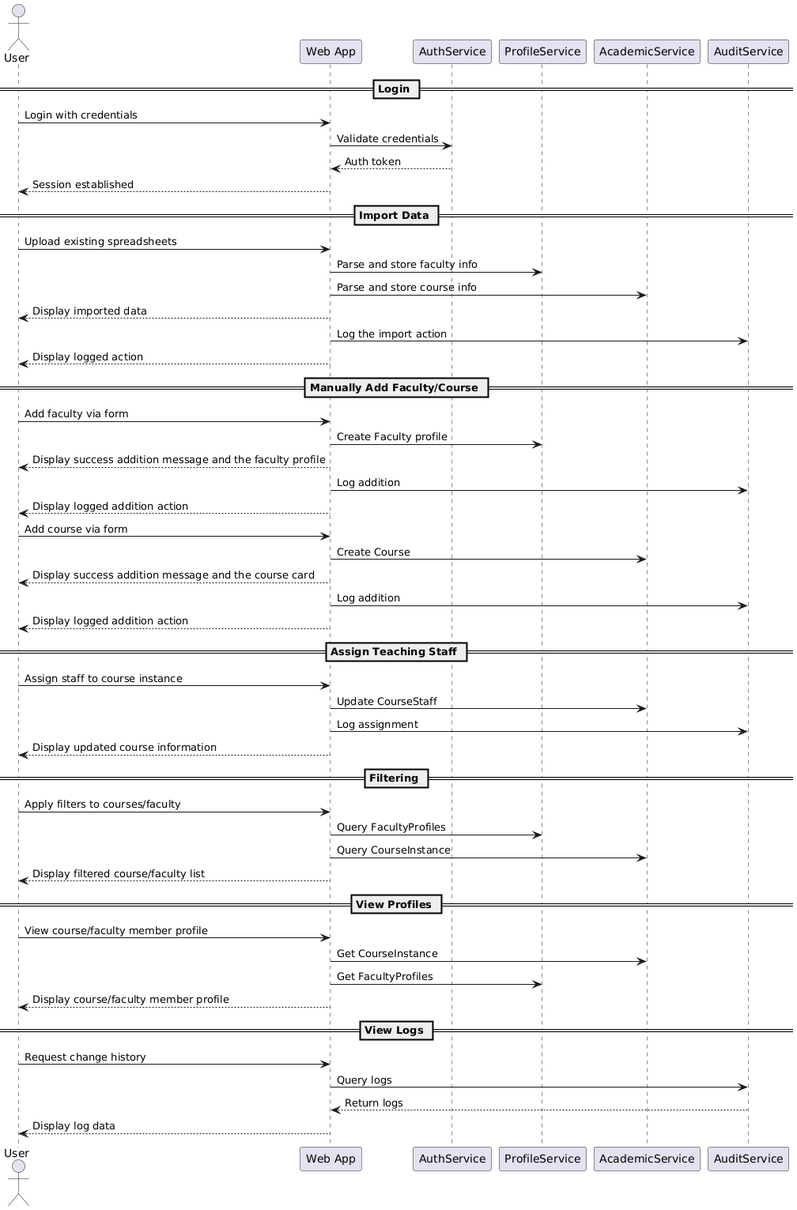
Above: docs/architecture/dynamic-view/DynamicView_SequenceDiagram.png in Meldy183/FacultyAllocationHelper (PlantUML), before the change. Its diagram source:
```plantuml
@startuml
actor User
participant "Web App" as System
participant "AuthService"
participant "ProfileService"
participant "AcademicService"
participant "AuditService"

== Login ==
User -> System : Login with credentials
System -> AuthService : Validate credentials
AuthService --> System : Auth token
System --> User : Session established

== Import Data ==
User -> System : Upload existing spreadsheets
System -> ProfileService : Parse and store faculty info
System -> AcademicService : Parse and store course info
System --> User : Display imported data
System -> AuditService : Log the import action
System --> User : Display logged action

== Manually Add Faculty/Course ==
User -> System : Add faculty via form
System -> ProfileService : Create Faculty profile
System --> User : Display success addition message and the faculty profile
System -> AuditService : Log addition
System --> User : Display logged addition action

User -> System : Add course via form
System -> AcademicService : Create Course
System --> User : Display success addition message and the course card
System -> AuditService : Log addition
System --> User : Display logged addition action

== Assign Teaching Staff ==
User -> System : Assign staff to course instance
System -> AcademicService : Update CourseStaff
System -> AuditService : Log assignment
System --> User : Display updated course information

== Filtering ==
User -> System : Apply filters to courses/faculty
System -> ProfileService : Query FacultyProfiles
System -> AcademicService : Query CourseInstance
System --> User : Display filtered course/faculty list

== View Profiles ==
User -> System : View course/faculty member profile
System -> AcademicService : Get CourseInstance
System -> ProfileService : Get FacultyProfiles
System --> User : Display course/faculty member profile

== View Logs ==
User -> System : Request change history
System -> AuditService : Query logs
AuditService --> System : Return logs
System --> User : Display log data
@enduml
```
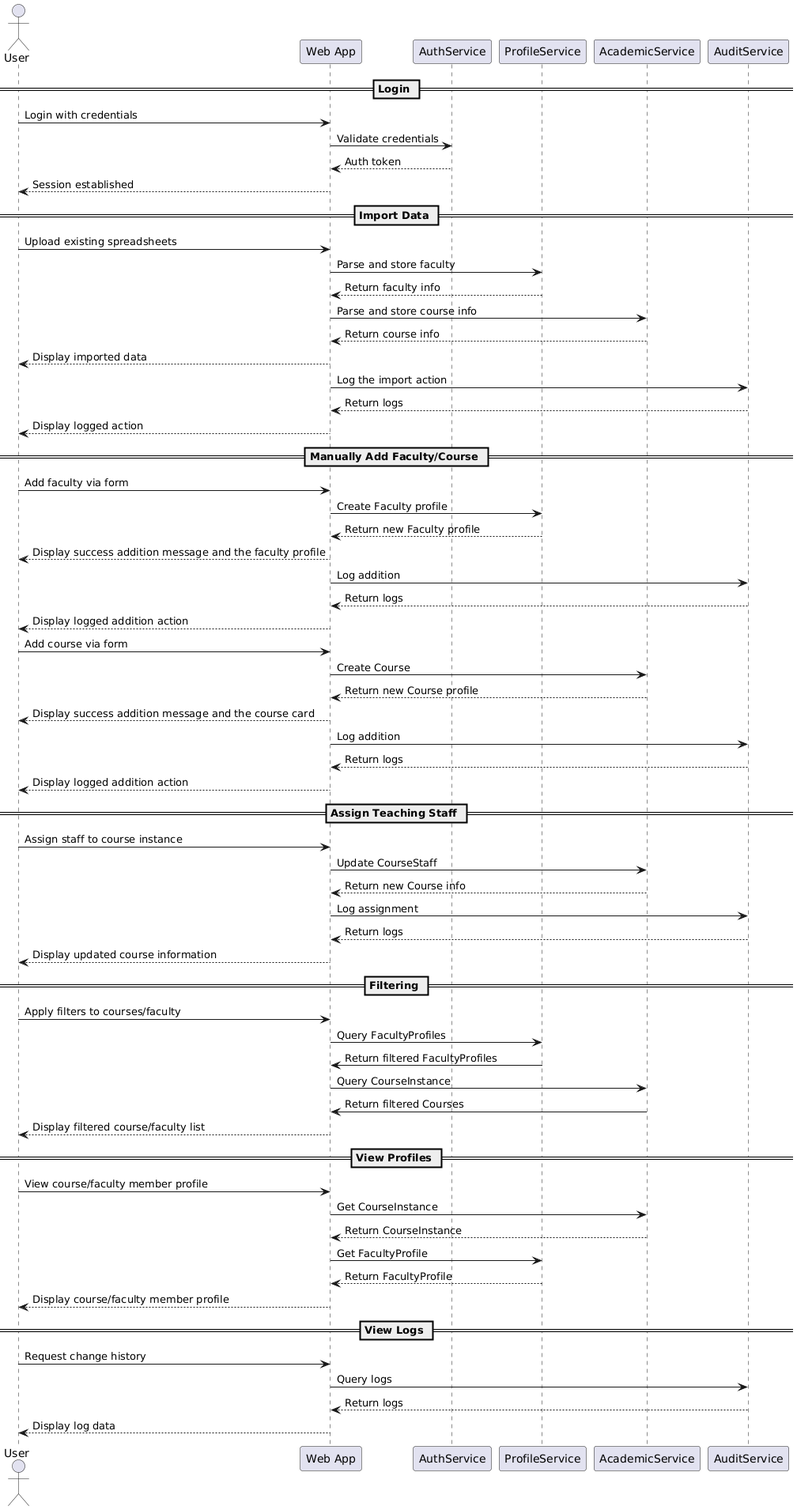
The same file after the commit.

What changed in the source:
```diff
@@ -14,41 +14,54 @@
 
 == Import Data ==
 User -> System : Upload existing spreadsheets
-System -> ProfileService : Parse and store faculty info
+System -> ProfileService : Parse and store faculty
+ProfileService --> System : Return faculty info
 System -> AcademicService : Parse and store course info
+AcademicService --> System : Return course info
 System --> User : Display imported data
 System -> AuditService : Log the import action
+AuditService --> System : Return logs
 System --> User : Display logged action
 
 == Manually Add Faculty/Course ==
 User -> System : Add faculty via form
 System -> ProfileService : Create Faculty profile
+ProfileService --> System : Return new Faculty profile
 System --> User : Display success addition message and the faculty profile
 System -> AuditService : Log addition
+AuditService --> System : Return logs
 System --> User : Display logged addition action
 
 User -> System : Add course via form
 System -> AcademicService : Create Course
+AcademicService --> System : Return new Course profile
 System --> User : Display success addition message and the course card
 System -> AuditService : Log addition
+AuditService --> System : Return logs
 System --> User : Display logged addition action
 
 == Assign Teaching Staff ==
 User -> System : Assign staff to course instance
 System -> AcademicService : Update CourseStaff
+AcademicService --> System : Return new Course info
 System -> AuditService : Log assignment
+AuditService --> System : Return logs
 System --> User : Display updated course information
 
 == Filtering ==
 User -> System : Apply filters to courses/faculty
 System -> ProfileService : Query FacultyProfiles
+ProfileService -> System : Return filtered FacultyProfiles
 System -> AcademicService : Query CourseInstance
+AcademicService -> System : Return filtered Courses
 System --> User : Display filtered course/faculty list
 
 == View Profiles ==
 User -> System : View course/faculty member profile
 System -> AcademicService : Get CourseInstance
-System -> ProfileService : Get FacultyProfiles
+AcademicService --> System : Return CourseInstance
+System -> ProfileService : Get FacultyProfile
+ProfileService --> System : Return FacultyProfile
 System --> User : Display course/faculty member profile
 
 == View Logs ==
```
